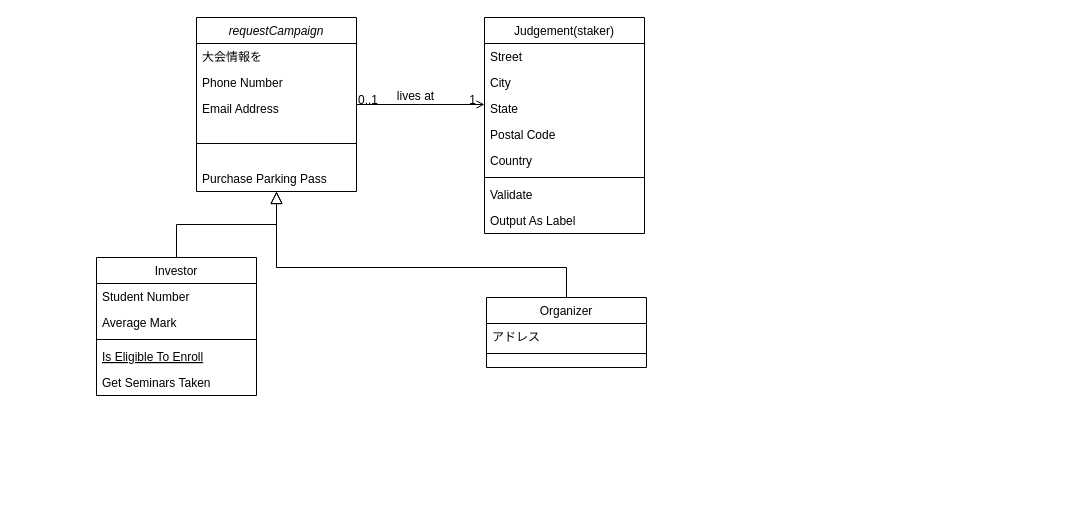
This is Untitled Diagram.drawio from 0xyoruichi/Campaign, a draw.io file, before an edit. Source tidied: cells renumbered, new cells numbered last; positions are measured from the earlier drawing's top-left corner, leaving out a move shared by most shapes. Both pictures are drawn from the tidied source at 100%, with x=0, y=0 at pixel (96, 17).
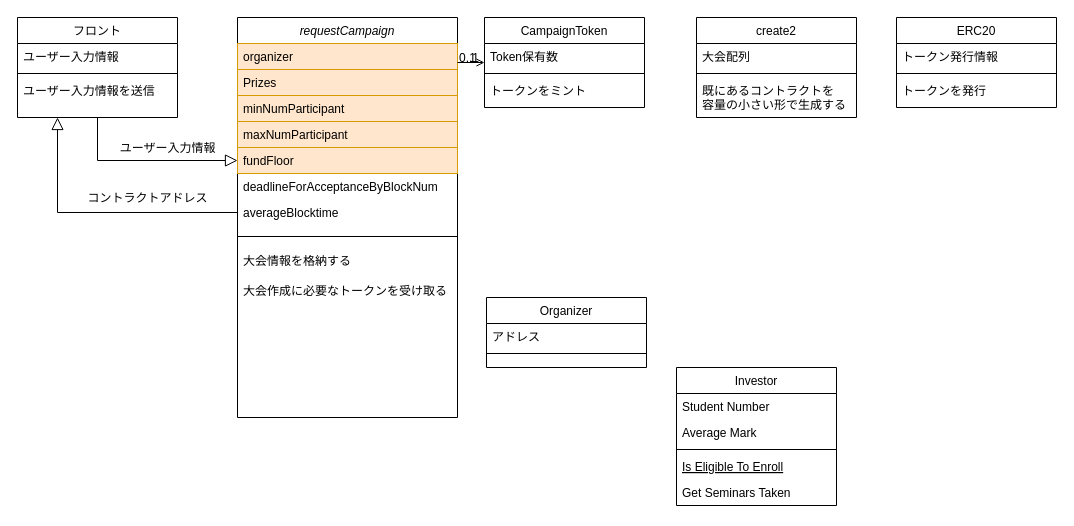
The same diagram, later.

Unchanged cells that the change refers to:
```xml
<mxCell id="15" value="Organizer" style="swimlane;fontStyle=0;align=center;verticalAlign=top;horizontal=1;startSize=26;rounded=0;shadow=0;strokeWidth=1;" parent="1" vertex="1">
  <mxGeometry x="390" y="280" width="160" height="70" as="geometry" />
</mxCell>
<mxCell id="28" style="endArrow=open;shadow=0;strokeWidth=1;rounded=0;endFill=1;edgeStyle=elbowEdgeStyle;elbow=vertical;" parent="1" edge="1" source="2" target="19">
  <mxGeometry x="0.5" y="41" relative="1" as="geometry">
    <mxPoint x="-40" y="32" as="offset" />
  </mxGeometry>
</mxCell>
```

The edit, as a diff of the source:
```diff
@@
     <mxCell id="2" value="requestCampaign" style="swimlane;fontStyle=2;align=center;verticalAlign=top;horizontal=1;startSize=26;rounded=0;shadow=0;strokeWidth=1;" parent="1" vertex="1">
-      <mxGeometry x="100" width="160" height="174" as="geometry" />
+      <mxGeometry x="141" width="220" height="400" as="geometry" />
     </mxCell>
-    <mxCell id="3" value="大会情報を" style="text;align=left;verticalAlign=top;spacingLeft=4;spacingRight=4;overflow=hidden;" parent="2" vertex="1">
-      <mxGeometry y="26" width="160" height="26" as="geometry" />
+    <mxCell id="3" value="organizer" style="text;align=left;verticalAlign=top;spacingLeft=4;spacingRight=4;overflow=hidden;fillColor=#ffe6cc;strokeColor=#d79b00;" parent="2" vertex="1">
+      <mxGeometry y="26" width="220" height="26" as="geometry" />
     </mxCell>
-    <mxCell id="4" value="Phone Number" style="text;align=left;verticalAlign=top;spacingLeft=4;spacingRight=4;overflow=hidden;rounded=0;shadow=0;html=0;" parent="2" vertex="1">
-      <mxGeometry y="52" width="160" height="26" as="geometry" />
+    <mxCell id="4" value="Prizes" style="text;align=left;verticalAlign=top;spacingLeft=4;spacingRight=4;overflow=hidden;rounded=0;shadow=0;html=0;fillColor=#ffe6cc;strokeColor=#d79b00;" parent="2" vertex="1">
+      <mxGeometry y="52" width="220" height="26" as="geometry" />
     </mxCell>
-    <mxCell id="5" value="Email Address" style="text;align=left;verticalAlign=top;spacingLeft=4;spacingRight=4;overflow=hidden;rounded=0;shadow=0;html=0;" parent="2" vertex="1">
-      <mxGeometry y="78" width="160" height="26" as="geometry" />
+    <mxCell id="5" value="minNumParticipant" style="text;align=left;verticalAlign=top;spacingLeft=4;spacingRight=4;overflow=hidden;rounded=0;shadow=0;html=0;fillColor=#ffe6cc;strokeColor=#d79b00;" parent="2" vertex="1">
+      <mxGeometry y="78" width="220" height="26" as="geometry" />
     </mxCell>
+    <mxCell id="32" value="maxNumParticipant" style="text;align=left;verticalAlign=top;spacingLeft=4;spacingRight=4;overflow=hidden;rounded=0;shadow=0;html=0;fillColor=#ffe6cc;strokeColor=#d79b00;" parent="2" vertex="1">
+      <mxGeometry y="104" width="220" height="26" as="geometry" />
+    </mxCell>
+    <mxCell id="33" value="fundFloor" style="text;align=left;verticalAlign=top;spacingLeft=4;spacingRight=4;overflow=hidden;points=[[0,0.5],[1,0.5]];portConstraint=eastwest;rounded=0;shadow=0;html=0;fillColor=#ffe6cc;strokeColor=#d79b00;" parent="2" vertex="1">
+      <mxGeometry y="130" width="220" height="26" as="geometry" />
+    </mxCell>
+    <mxCell id="34" value="deadlineForAcceptanceByBlockNum" style="text;align=left;verticalAlign=top;spacingLeft=4;spacingRight=4;overflow=hidden;rounded=0;shadow=0;html=0;" parent="2" vertex="1">
+      <mxGeometry y="156" width="220" height="26" as="geometry" />
+    </mxCell>
+    <mxCell id="35" value="averageBlocktime" style="text;align=left;verticalAlign=top;spacingLeft=4;spacingRight=4;overflow=hidden;points=[[0,0.5],[1,0.5]];portConstraint=eastwest;rounded=0;shadow=0;html=0;" parent="2" vertex="1">
+      <mxGeometry y="182" width="220" height="26" as="geometry" />
+    </mxCell>
     <mxCell id="6" style="line;html=1;strokeWidth=1;align=left;verticalAlign=middle;spacingTop=-1;spacingLeft=3;spacingRight=3;labelPosition=right;" parent="2" vertex="1">
-      <mxGeometry y="104" width="160" height="44" as="geometry" />
+      <mxGeometry y="208" width="220" height="22" as="geometry" />
     </mxCell>
-    <mxCell id="7" value="Purchase Parking Pass" style="text;align=left;verticalAlign=top;spacingLeft=4;spacingRight=4;overflow=hidden;" parent="2" vertex="1">
-      <mxGeometry y="148" width="160" height="26" as="geometry" />
-    </mxCell>
+    <mxCell id="36" value="大会情報を格納する" style="text;align=left;verticalAlign=top;spacingLeft=4;spacingRight=4;overflow=hidden;" parent="2" vertex="1">
+      <mxGeometry y="230" width="220" height="30" as="geometry" />
+    </mxCell>
+    <mxCell id="37" value="大会作成に必要なトークンを受け取る" style="text;align=left;verticalAlign=top;spacingLeft=4;spacingRight=4;overflow=hidden;" parent="2" vertex="1">
+      <mxGeometry y="260" width="220" height="30" as="geometry" />
+    </mxCell>
     <mxCell id="8" value="Investor" style="swimlane;fontStyle=0;align=center;verticalAlign=top;horizontal=1;startSize=26;rounded=0;shadow=0;strokeWidth=1;" parent="1" vertex="1">
-      <mxGeometry y="240" width="160" height="138" as="geometry" />
+      <mxGeometry x="580" y="350" width="160" height="138" as="geometry" />
     </mxCell>
@@
-    <mxCell id="14" style="endArrow=block;endSize=10;endFill=0;shadow=0;strokeWidth=1;rounded=0;edgeStyle=elbowEdgeStyle;elbow=vertical;" parent="1" edge="1" source="8" target="2">
-      <mxGeometry relative="1" as="geometry" />
+    <mxCell id="14" style="endArrow=block;endSize=10;endFill=0;shadow=0;strokeWidth=1;rounded=0;edgeStyle=elbowEdgeStyle;elbow=vertical;entryX=0.25;entryY=1;entryDx=0;entryDy=0;exitX=0;exitY=0.5;exitDx=0;exitDy=0;" parent="1" edge="1" source="35" target="46">
+      <mxGeometry relative="1" as="geometry">
+        <Array as="points">
+          <mxPoint x="50" y="195" />
+        </Array>
+      </mxGeometry>
     </mxCell>
@@
-    <mxCell id="18" style="endArrow=block;endSize=10;endFill=0;shadow=0;strokeWidth=1;rounded=0;edgeStyle=elbowEdgeStyle;elbow=vertical;" parent="1" edge="1" source="15" target="2">
+    <mxCell id="18" style="endArrow=block;endSize=10;endFill=0;shadow=0;strokeWidth=1;rounded=0;edgeStyle=elbowEdgeStyle;elbow=vertical;exitX=0.5;exitY=1;exitDx=0;exitDy=0;entryX=0;entryY=0.5;entryDx=0;entryDy=0;" parent="1" edge="1" source="46" target="33">
       <mxGeometry relative="1" as="geometry">
         <Array as="points">
+          <mxPoint x="60" y="143" />
           <mxPoint x="320" y="250" />
         </Array>
       </mxGeometry>
     </mxCell>
-    <mxCell id="19" value="Judgement(staker)" style="swimlane;fontStyle=0;align=center;verticalAlign=top;horizontal=1;startSize=26;rounded=0;shadow=0;strokeWidth=1;" parent="1" vertex="1">
-      <mxGeometry x="388" width="160" height="216" as="geometry" />
+    <mxCell id="19" value="CampaignToken" style="swimlane;fontStyle=0;align=center;verticalAlign=top;horizontal=1;startSize=26;rounded=0;shadow=0;strokeWidth=1;" parent="1" vertex="1">
+      <mxGeometry x="388" width="160" height="90" as="geometry" />
     </mxCell>
-    <mxCell id="20" value="Street" style="text;align=left;verticalAlign=top;spacingLeft=4;spacingRight=4;overflow=hidden;" parent="19" vertex="1">
+    <mxCell id="20" value="Token保有数" style="text;align=left;verticalAlign=top;spacingLeft=4;spacingRight=4;overflow=hidden;" parent="19" vertex="1">
       <mxGeometry y="26" width="160" height="26" as="geometry" />
     </mxCell>
-    <mxCell id="21" value="City" style="text;align=left;verticalAlign=top;spacingLeft=4;spacingRight=4;overflow=hidden;rounded=0;shadow=0;html=0;" parent="19" vertex="1">
-      <mxGeometry y="52" width="160" height="26" as="geometry" />
-    </mxCell>
-    <mxCell id="22" value="State" style="text;align=left;verticalAlign=top;spacingLeft=4;spacingRight=4;overflow=hidden;rounded=0;shadow=0;html=0;" parent="19" vertex="1">
-      <mxGeometry y="78" width="160" height="26" as="geometry" />
-    </mxCell>
-    <mxCell id="23" value="Postal Code" style="text;align=left;verticalAlign=top;spacingLeft=4;spacingRight=4;overflow=hidden;rounded=0;shadow=0;html=0;" parent="19" vertex="1">
-      <mxGeometry y="104" width="160" height="26" as="geometry" />
-    </mxCell>
-    <mxCell id="24" value="Country" style="text;align=left;verticalAlign=top;spacingLeft=4;spacingRight=4;overflow=hidden;rounded=0;shadow=0;html=0;" parent="19" vertex="1">
-      <mxGeometry y="130" width="160" height="26" as="geometry" />
-    </mxCell>
     <mxCell id="25" style="line;html=1;strokeWidth=1;align=left;verticalAlign=middle;spacingTop=-1;spacingLeft=3;spacingRight=3;labelPosition=right;" parent="19" vertex="1">
-      <mxGeometry y="156" width="160" height="8" as="geometry" />
+      <mxGeometry y="52" width="160" height="8" as="geometry" />
     </mxCell>
-    <mxCell id="26" value="Validate" style="text;align=left;verticalAlign=top;spacingLeft=4;spacingRight=4;overflow=hidden;" parent="19" vertex="1">
-      <mxGeometry y="164" width="160" height="26" as="geometry" />
+    <mxCell id="26" value="トークンをミント" style="text;align=left;verticalAlign=top;spacingLeft=4;spacingRight=4;overflow=hidden;" parent="19" vertex="1">
+      <mxGeometry y="60" width="160" height="26" as="geometry" />
     </mxCell>
-    <mxCell id="27" value="Output As Label" style="text;align=left;verticalAlign=top;spacingLeft=4;spacingRight=4;overflow=hidden;" parent="19" vertex="1">
-      <mxGeometry y="190" width="160" height="26" as="geometry" />
-    </mxCell>
@@
-    <mxCell id="31" value="lives at" style="text;html=1;align=center;verticalAlign=middle;labelBackgroundColor=none;rounded=0;shadow=0;strokeWidth=1;fontSize=12;" parent="28" vertex="1">
+    <mxCell id="31" value="コントラクトアドレス" style="text;html=1;align=center;verticalAlign=middle;labelBackgroundColor=none;rounded=0;shadow=0;strokeWidth=1;fontSize=12;" parent="28" vertex="1">
       <mxGeometry x="0.5" y="49" relative="1" as="geometry">
-        <mxPoint x="-38" y="40" as="offset" />
+        <mxPoint x="-331" y="184" as="offset" />
       </mxGeometry>
     </mxCell>
+    <mxCell id="38" value="create2" style="swimlane;fontStyle=0;align=center;verticalAlign=top;horizontal=1;startSize=26;rounded=0;shadow=0;strokeWidth=1;" parent="1" vertex="1">
+      <mxGeometry x="600" width="160" height="100" as="geometry" />
+    </mxCell>
+    <mxCell id="39" value="大会配列" style="text;align=left;verticalAlign=top;spacingLeft=4;spacingRight=4;overflow=hidden;" parent="38" vertex="1">
+      <mxGeometry y="26" width="160" height="26" as="geometry" />
+    </mxCell>
+    <mxCell id="40" style="line;html=1;strokeWidth=1;align=left;verticalAlign=middle;spacingTop=-1;spacingLeft=3;spacingRight=3;labelPosition=right;" parent="38" vertex="1">
+      <mxGeometry y="52" width="160" height="8" as="geometry" />
+    </mxCell>
+    <mxCell id="41" value="既にあるコントラクトを&#10;容量の小さい形で生成する" style="text;align=left;verticalAlign=top;spacingLeft=4;spacingRight=4;overflow=hidden;" parent="38" vertex="1">
+      <mxGeometry y="60" width="160" height="40" as="geometry" />
+    </mxCell>
+    <mxCell id="42" value="ERC20" style="swimlane;fontStyle=0;align=center;verticalAlign=top;horizontal=1;startSize=26;rounded=0;shadow=0;strokeWidth=1;" parent="1" vertex="1">
+      <mxGeometry x="800" width="160" height="90" as="geometry" />
+    </mxCell>
+    <mxCell id="43" value="トークン発行情報" style="text;align=left;verticalAlign=top;spacingLeft=4;spacingRight=4;overflow=hidden;" parent="42" vertex="1">
+      <mxGeometry y="26" width="160" height="26" as="geometry" />
+    </mxCell>
+    <mxCell id="44" style="line;html=1;strokeWidth=1;align=left;verticalAlign=middle;spacingTop=-1;spacingLeft=3;spacingRight=3;labelPosition=right;" parent="42" vertex="1">
+      <mxGeometry y="52" width="160" height="8" as="geometry" />
+    </mxCell>
+    <mxCell id="45" value="トークンを発行" style="text;align=left;verticalAlign=top;spacingLeft=4;spacingRight=4;overflow=hidden;" parent="42" vertex="1">
+      <mxGeometry y="60" width="160" height="26" as="geometry" />
+    </mxCell>
+    <mxCell id="46" value="フロント" style="swimlane;fontStyle=0;align=center;verticalAlign=top;horizontal=1;startSize=26;rounded=0;shadow=0;strokeWidth=1;" parent="1" vertex="1">
+      <mxGeometry x="-79" width="160" height="100" as="geometry" />
+    </mxCell>
+    <mxCell id="47" value="ユーザー入力情報" style="text;align=left;verticalAlign=top;spacingLeft=4;spacingRight=4;overflow=hidden;" parent="46" vertex="1">
+      <mxGeometry y="26" width="160" height="26" as="geometry" />
+    </mxCell>
+    <mxCell id="48" style="line;html=1;strokeWidth=1;align=left;verticalAlign=middle;spacingTop=-1;spacingLeft=3;spacingRight=3;labelPosition=right;" parent="46" vertex="1">
+      <mxGeometry y="52" width="160" height="8" as="geometry" />
+    </mxCell>
+    <mxCell id="49" value="ユーザー入力情報を送信" style="text;align=left;verticalAlign=top;spacingLeft=4;spacingRight=4;overflow=hidden;" parent="46" vertex="1">
+      <mxGeometry y="60" width="160" height="26" as="geometry" />
+    </mxCell>
+    <mxCell id="50" value="ユーザー入力情報" style="text;html=1;align=center;verticalAlign=middle;labelBackgroundColor=none;rounded=0;shadow=0;strokeWidth=1;fontSize=12;" parent="1" vertex="1">
+      <mxGeometry x="70" y="130" as="geometry" />
+    </mxCell>
```
